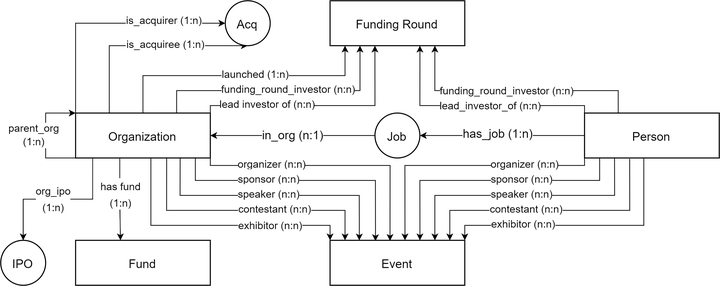
Above: edited_graph_vis.drawio.png in SilvesterYu/FinQA_Vis (draw.io), before the change. Source tidied: cells renumbered, new cells last; positions are measured from the earlier drawing's top-left corner, leaving out a move shared by most shapes.
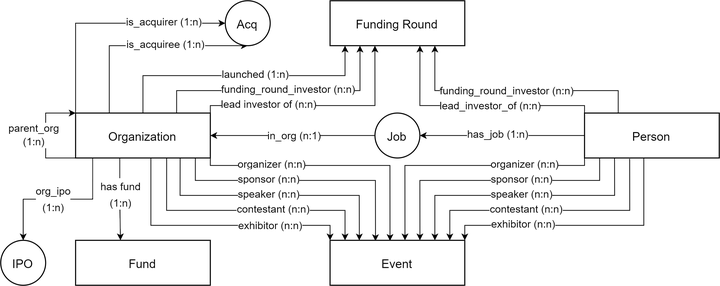
After the change.

What changed in the source:
```diff
@@ -8,7 +8,7 @@
     <mxCell id="3" style="edgeStyle=orthogonalEdgeStyle;rounded=0;jettySize=auto;html=1;exitX=0;exitY=0.5;exitDx=0;exitDy=0;entryX=1;entryY=0.5;entryDx=0;entryDy=0;fontSize=8;endSize=3;strokeWidth=0.5;" parent="1" edge="1" source="5" target="32">
       <mxGeometry relative="1" as="geometry" />
     </mxCell>
-    <mxCell id="4" value="in_org (n:1)" style="edgeLabel;html=1;align=center;verticalAlign=middle;fontSize=8;" parent="3" vertex="1">
+    <mxCell id="4" value="&lt;font style=&quot;font-size: 7px;&quot;&gt;in_org (n:1)&lt;/font&gt;" style="edgeLabel;html=1;align=center;verticalAlign=middle;fontSize=8;" parent="3" vertex="1">
       <mxGeometry x="0.25" relative="1" as="geometry">
         <mxPoint x="14" as="offset" />
       </mxGeometry>
@@ -117,7 +117,7 @@
     </mxCell>
     <mxCell id="21" value="&lt;font style=&quot;font-size: 7px;&quot;&gt;contestant (n:n)&lt;/font&gt;" style="edgeLabel;html=1;align=center;verticalAlign=middle;fontSize=9;" parent="20" vertex="1">
       <mxGeometry x="-0.09" relative="1" as="geometry">
-        <mxPoint x="28" y="-1" as="offset" />
+        <mxPoint x="27" y="-1" as="offset" />
       </mxGeometry>
     </mxCell>
     <mxCell id="22" style="edgeStyle=orthogonalEdgeStyle;rounded=0;jettySize=auto;html=1;exitX=0.328;exitY=1.007;exitDx=0;exitDy=0;entryX=0.333;entryY=0;entryDx=0;entryDy=0;entryPerimeter=0;fontSize=9;exitPerimeter=0;strokeWidth=0.51;endSize=3;" parent="1" edge="1" source="32" target="33">
@@ -151,7 +151,7 @@
     </mxCell>
     <mxCell id="29" value="is_acquirer (1:n)" style="edgeLabel;html=1;align=center;verticalAlign=middle;fontSize=7;" parent="28" vertex="1">
       <mxGeometry x="0.09" y="3" relative="1" as="geometry">
-        <mxPoint x="31" y="2" as="offset" />
+        <mxPoint x="31" y="3" as="offset" />
       </mxGeometry>
     </mxCell>
     <mxCell id="30" style="edgeStyle=orthogonalEdgeStyle;rounded=0;orthogonalLoop=1;jettySize=auto;html=1;exitX=0;exitY=1;exitDx=0;exitDy=0;fontSize=9;entryX=0;entryY=0;entryDx=0;entryDy=0;endSize=3;strokeWidth=0.5;" parent="1" edge="1" source="32" target="32">
@@ -267,7 +267,7 @@
     <mxCell id="48" style="edgeStyle=orthogonalEdgeStyle;rounded=0;jettySize=auto;html=1;exitX=0;exitY=0.5;exitDx=0;exitDy=0;entryX=1;entryY=0.5;entryDx=0;entryDy=0;fontSize=8;endSize=3;strokeWidth=0.5;" parent="1" edge="1" source="50" target="5">
       <mxGeometry relative="1" as="geometry" />
     </mxCell>
-    <mxCell id="49" value="has_job (1:n)" style="edgeLabel;html=1;align=center;verticalAlign=middle;fontSize=8;" parent="48" vertex="1">
+    <mxCell id="49" value="&lt;font style=&quot;font-size: 7px;&quot;&gt;has_job (1:n)&lt;/font&gt;" style="edgeLabel;html=1;align=center;verticalAlign=middle;fontSize=8;" parent="48" vertex="1">
       <mxGeometry x="0.23" y="-1" relative="1" as="geometry">
         <mxPoint x="9" as="offset" />
       </mxGeometry>
```
